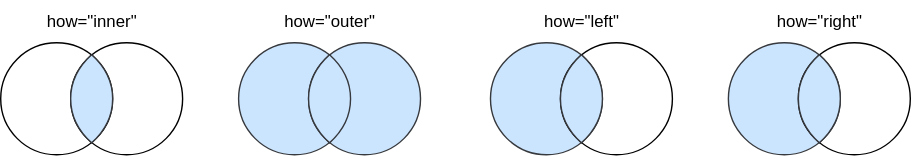
godaai/python-data-science keeps this draw.io diagram as docs/_images/merge-how.svg. Above is the earlier version. Source tidied: cells renumbered, new cells last; positions are measured from the earlier drawing's top-left corner, leaving out a move shared by most shapes.
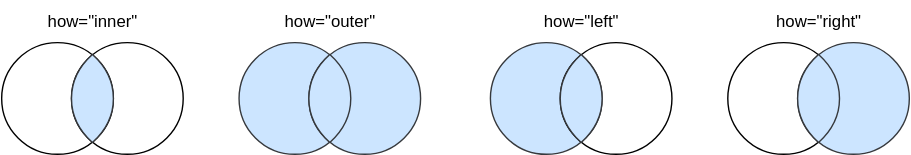
After the change.

The edit, as a diff of the source:
```diff
@@ -38,10 +38,10 @@
     <mxCell id="13" value="how=&quot;left&quot;" style="text;html=1;strokeColor=none;fillColor=none;align=center;verticalAlign=middle;whiteSpace=wrap;rounded=0;" parent="1" vertex="1">
       <mxGeometry x="382.5" width="65" height="30" as="geometry" />
     </mxCell>
-    <mxCell id="14" style="ellipse;whiteSpace=wrap;html=1;fillColor=#cce5ff;strokeColor=#36393d;" parent="1" vertex="1">
+    <mxCell id="14" style="ellipse;whiteSpace=wrap;html=1;" parent="1" vertex="1">
       <mxGeometry x="520" y="30" width="80" height="80" as="geometry" />
     </mxCell>
-    <mxCell id="15" style="ellipse;whiteSpace=wrap;html=1;fillColor=none;" parent="1" vertex="1">
+    <mxCell id="15" style="ellipse;whiteSpace=wrap;html=1;fillColor=#cce5ff;strokeColor=#36393d;" parent="1" vertex="1">
       <mxGeometry x="570" y="30" width="80" height="80" as="geometry" />
     </mxCell>
     <mxCell id="16" style="whiteSpace=wrap;html=1;shape=mxgraph.basic.pointed_oval;fillColor=#cce5ff;strokeColor=#36393d;" parent="1" vertex="1">
```
